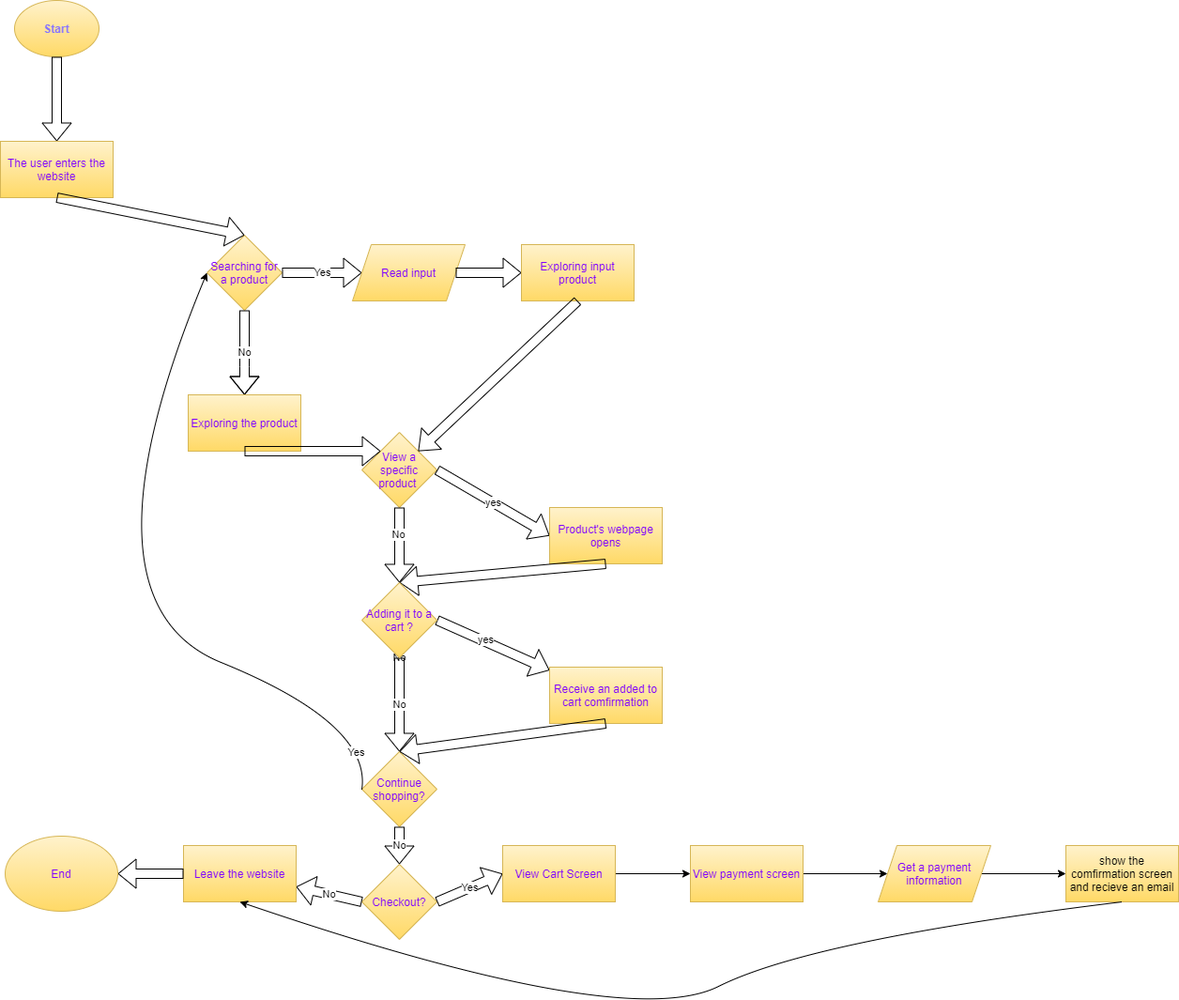
Above: explore/diagramming/diagram.drawio.png in Yoomin99/fa21-cse110-lab4 (draw.io), before the change. Source tidied: cells renumbered, new cells last; positions are measured from the earlier drawing's top-left corner, leaving out a move shared by most shapes.
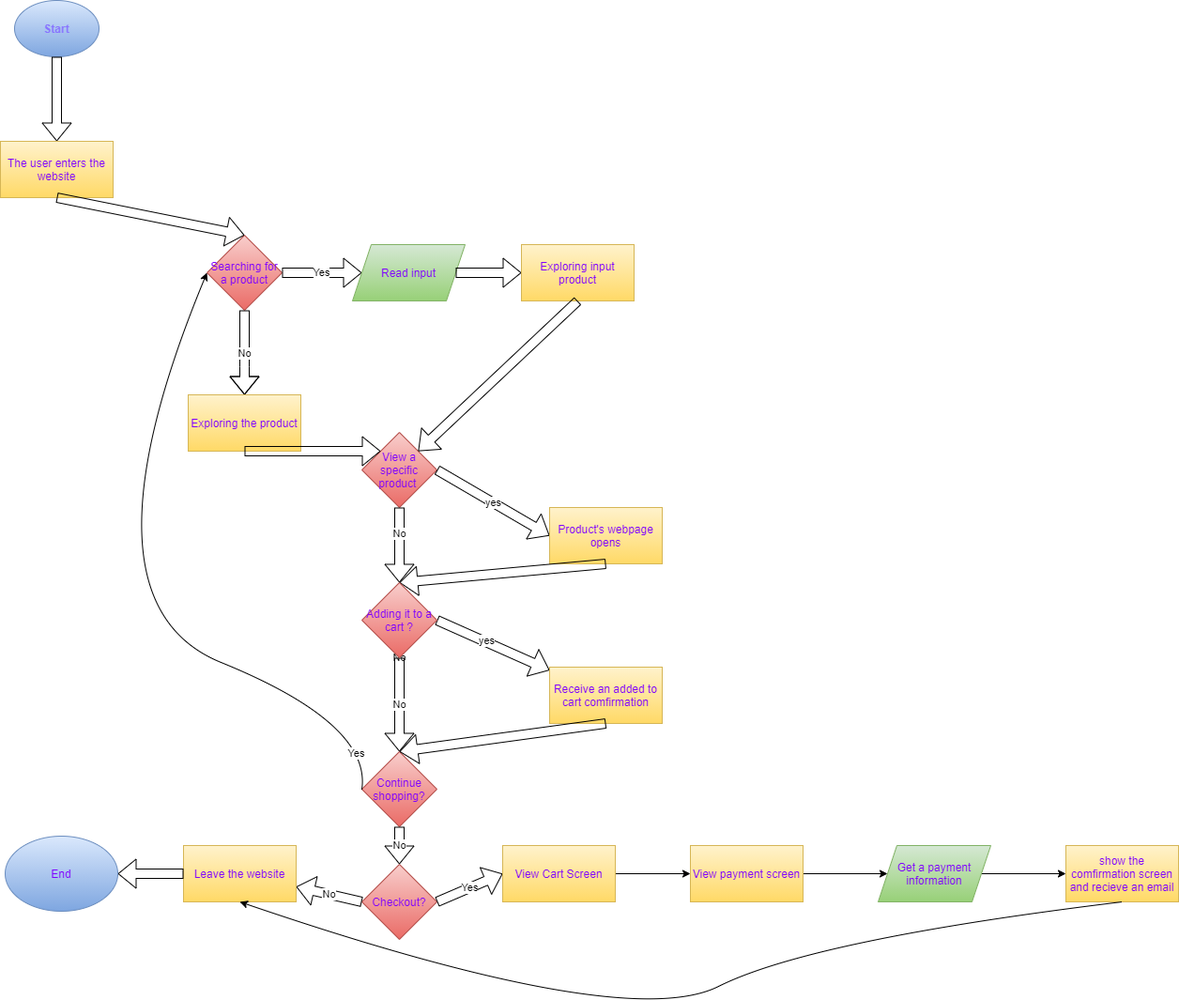
Above is the later version.

Commit message:
Adding colors in diagram

Diff of the diagram source:
```diff
@@ -2,10 +2,10 @@
   <root>
     <mxCell id="0" />
     <mxCell id="1" parent="0" />
-    <mxCell id="2" value="&lt;b&gt;&lt;font color=&quot;#8875ff&quot;&gt;Start&lt;/font&gt;&lt;/b&gt;" style="ellipse;whiteSpace=wrap;html=1;gradientColor=#ffd966;fillColor=#fff2cc;strokeColor=#d6b656;" parent="1" vertex="1">
+    <mxCell id="2" value="&lt;b&gt;&lt;font color=&quot;#8875ff&quot;&gt;Start&lt;/font&gt;&lt;/b&gt;" style="ellipse;whiteSpace=wrap;html=1;gradientColor=#7ea6e0;fillColor=#dae8fc;strokeColor=#6c8ebf;" parent="1" vertex="1">
       <mxGeometry x="15" width="90" height="60" as="geometry" />
     </mxCell>
-    <mxCell id="3" value="&lt;font color=&quot;#7f00ff&quot;&gt;Searching for a product&lt;/font&gt;" style="rhombus;whiteSpace=wrap;html=1;gradientColor=#ffd966;fillColor=#fff2cc;strokeColor=#d6b656;" parent="1" vertex="1">
+    <mxCell id="3" value="&lt;font color=&quot;#7f00ff&quot;&gt;Searching for a product&lt;/font&gt;" style="rhombus;whiteSpace=wrap;html=1;gradientColor=#ea6b66;fillColor=#f8cecc;strokeColor=#b85450;" parent="1" vertex="1">
       <mxGeometry x="220" y="250" width="80" height="80" as="geometry" />
     </mxCell>
     <mxCell id="4" style="shape=flexArrow;endArrow=classic;html=1;entryX=0.5;entryY=0;entryDx=0;entryDy=0;exitX=0.5;exitY=1;exitDx=0;exitDy=0;" parent="1" edge="1" source="2" target="5">
@@ -22,7 +22,7 @@
         <mxPoint x="385" y="290" as="targetPoint" />
       </mxGeometry>
     </mxCell>
-    <mxCell id="8" value="&lt;font color=&quot;#7f00ff&quot;&gt;Read input&lt;/font&gt;" style="shape=parallelogram;perimeter=parallelogramPerimeter;whiteSpace=wrap;html=1;fixedSize=1;gradientColor=#ffd966;fillColor=#fff2cc;strokeColor=#d6b656;" parent="1" vertex="1">
+    <mxCell id="8" value="&lt;font color=&quot;#7f00ff&quot;&gt;Read input&lt;/font&gt;" style="shape=parallelogram;perimeter=parallelogramPerimeter;whiteSpace=wrap;html=1;fixedSize=1;gradientColor=#97d077;fillColor=#d5e8d4;strokeColor=#82b366;" parent="1" vertex="1">
       <mxGeometry x="375" y="260" width="120" height="60" as="geometry" />
     </mxCell>
     <mxCell id="9" style="shape=flexArrow;endArrow=classic;html=1;exitX=1;exitY=0.5;exitDx=0;exitDy=0;" parent="1" edge="1" source="8">
@@ -43,7 +43,7 @@
     <mxCell id="12" value="&lt;font color=&quot;#7f00ff&quot;&gt;Exploring the product&lt;/font&gt;" style="rounded=0;whiteSpace=wrap;html=1;fillColor=#fff2cc;gradientColor=#ffd966;strokeColor=#d6b656;" parent="1" vertex="1">
       <mxGeometry x="200" y="420" width="120" height="60" as="geometry" />
     </mxCell>
-    <mxCell id="13" value="&lt;font color=&quot;#7f00ff&quot;&gt;View a specific product&amp;nbsp;&lt;/font&gt;" style="rhombus;whiteSpace=wrap;html=1;fillColor=#fff2cc;gradientColor=#ffd966;strokeColor=#d6b656;" parent="1" vertex="1">
+    <mxCell id="13" value="&lt;font color=&quot;#7f00ff&quot;&gt;View a specific product&amp;nbsp;&lt;/font&gt;" style="rhombus;whiteSpace=wrap;html=1;fillColor=#f8cecc;gradientColor=#ea6b66;strokeColor=#b85450;" parent="1" vertex="1">
       <mxGeometry x="385" y="460" width="80" height="80" as="geometry" />
     </mxCell>
     <mxCell id="14" style="shape=flexArrow;endArrow=classic;html=1;exitX=0.5;exitY=1;exitDx=0;exitDy=0;entryX=0;entryY=0;entryDx=0;entryDy=0;" parent="1" edge="1" source="12" target="13">
@@ -80,7 +80,7 @@
     <mxCell id="23" value="No" style="shape=flexArrow;endArrow=classic;html=1;exitX=0.5;exitY=1;exitDx=0;exitDy=0;" parent="1" edge="1" source="33" target="24">
       <mxGeometry relative="1" as="geometry" />
     </mxCell>
-    <mxCell id="24" value="&lt;font color=&quot;#7f00ff&quot;&gt;Continue shopping?&lt;/font&gt;" style="rhombus;whiteSpace=wrap;html=1;fillColor=#fff2cc;gradientColor=#ffd966;strokeColor=#d6b656;" parent="1" vertex="1">
+    <mxCell id="24" value="&lt;font color=&quot;#7f00ff&quot;&gt;Continue shopping?&lt;/font&gt;" style="rhombus;whiteSpace=wrap;html=1;fillColor=#f8cecc;gradientColor=#ea6b66;strokeColor=#b85450;" parent="1" vertex="1">
       <mxGeometry x="385" y="800" width="80" height="80" as="geometry" />
     </mxCell>
     <mxCell id="25" style="shape=flexArrow;endArrow=classic;html=1;exitX=0.5;exitY=1;exitDx=0;exitDy=0;entryX=0.5;entryY=0;entryDx=0;entryDy=0;" parent="1" edge="1" source="22" target="24">
@@ -97,7 +97,7 @@
     <mxCell id="27" value="Yes" style="edgeLabel;html=1;align=center;verticalAlign=middle;" parent="26" vertex="1">
       <mxGeometry x="-0.9" y="12" relative="1" as="geometry" />
     </mxCell>
-    <mxCell id="28" value="&lt;font color=&quot;#7f00ff&quot;&gt;Checkout?&lt;/font&gt;" style="rhombus;whiteSpace=wrap;html=1;fillColor=#fff2cc;gradientColor=#ffd966;strokeColor=#d6b656;" parent="1" vertex="1">
+    <mxCell id="28" value="&lt;font color=&quot;#7f00ff&quot;&gt;Checkout?&lt;/font&gt;" style="rhombus;whiteSpace=wrap;html=1;fillColor=#f8cecc;gradientColor=#ea6b66;strokeColor=#b85450;" parent="1" vertex="1">
       <mxGeometry x="385" y="920" width="80" height="80" as="geometry" />
     </mxCell>
     <mxCell id="29" value="No" style="shape=flexArrow;endArrow=classic;html=1;exitX=0;exitY=0.5;exitDx=0;exitDy=0;" parent="1" edge="1" source="28" target="30">
@@ -109,10 +109,10 @@
     <mxCell id="31" style="shape=flexArrow;endArrow=classic;html=1;exitX=0;exitY=0.5;exitDx=0;exitDy=0;entryX=1;entryY=0.5;entryDx=0;entryDy=0;" parent="1" edge="1" source="30" target="32">
       <mxGeometry relative="1" as="geometry" />
     </mxCell>
-    <mxCell id="32" value="&lt;font color=&quot;#7f00ff&quot;&gt;End&lt;/font&gt;" style="ellipse;whiteSpace=wrap;html=1;fillColor=#fff2cc;gradientColor=#ffd966;strokeColor=#d6b656;" parent="1" vertex="1">
+    <mxCell id="32" value="&lt;font color=&quot;#7f00ff&quot;&gt;End&lt;/font&gt;" style="ellipse;whiteSpace=wrap;html=1;fillColor=#dae8fc;gradientColor=#7ea6e0;strokeColor=#6c8ebf;" parent="1" vertex="1">
       <mxGeometry x="5" y="890" width="120" height="80" as="geometry" />
     </mxCell>
-    <mxCell id="33" value="&lt;font color=&quot;#7f00ff&quot;&gt;Adding it to a cart ?&lt;/font&gt;" style="rhombus;whiteSpace=wrap;html=1;fillColor=#fff2cc;gradientColor=#ffd966;strokeColor=#d6b656;" parent="1" vertex="1">
+    <mxCell id="33" value="&lt;font color=&quot;#7f00ff&quot;&gt;Adding it to a cart ?&lt;/font&gt;" style="rhombus;whiteSpace=wrap;html=1;fillColor=#f8cecc;gradientColor=#ea6b66;strokeColor=#b85450;" parent="1" vertex="1">
       <mxGeometry x="385" y="620" width="80" height="80" as="geometry" />
     </mxCell>
     <mxCell id="34" style="shape=flexArrow;endArrow=classic;html=1;exitX=0.5;exitY=1;exitDx=0;exitDy=0;entryX=0.5;entryY=0;entryDx=0;entryDy=0;" parent="1" edge="1" source="13" target="33">
@@ -146,10 +146,10 @@
     <mxCell id="42" style="edgeStyle=orthogonalEdgeStyle;rounded=0;jettySize=auto;html=1;" parent="1" edge="1" source="43" target="44">
       <mxGeometry relative="1" as="geometry" />
     </mxCell>
-    <mxCell id="43" value="&lt;font color=&quot;#7f00ff&quot;&gt;Get a payment information&lt;/font&gt;" style="shape=parallelogram;perimeter=parallelogramPerimeter;whiteSpace=wrap;html=1;fixedSize=1;rounded=0;fillColor=#fff2cc;gradientColor=#ffd966;strokeColor=#d6b656;" parent="1" vertex="1">
+    <mxCell id="43" value="&lt;font color=&quot;#7f00ff&quot;&gt;Get a payment information&lt;/font&gt;" style="shape=parallelogram;perimeter=parallelogramPerimeter;whiteSpace=wrap;html=1;fixedSize=1;rounded=0;fillColor=#d5e8d4;gradientColor=#97d077;strokeColor=#82b366;" parent="1" vertex="1">
       <mxGeometry x="935" y="900" width="120" height="60" as="geometry" />
     </mxCell>
-    <mxCell id="44" value="show the comfirmation screen and recieve an email" style="whiteSpace=wrap;html=1;rounded=0;fillColor=#fff2cc;gradientColor=#ffd966;strokeColor=#d6b656;" parent="1" vertex="1">
+    <mxCell id="44" value="&lt;font color=&quot;#7f00ff&quot;&gt;show the comfirmation screen and recieve an email&lt;/font&gt;" style="whiteSpace=wrap;html=1;rounded=0;fillColor=#fff2cc;gradientColor=#ffd966;strokeColor=#d6b656;" parent="1" vertex="1">
       <mxGeometry x="1135" y="900" width="120" height="60" as="geometry" />
     </mxCell>
     <mxCell id="45" style="curved=1;endArrow=classic;html=1;exitX=0.5;exitY=1;exitDx=0;exitDy=0;entryX=0.5;entryY=1;entryDx=0;entryDy=0;" parent="1" edge="1" source="44" target="30">
```
